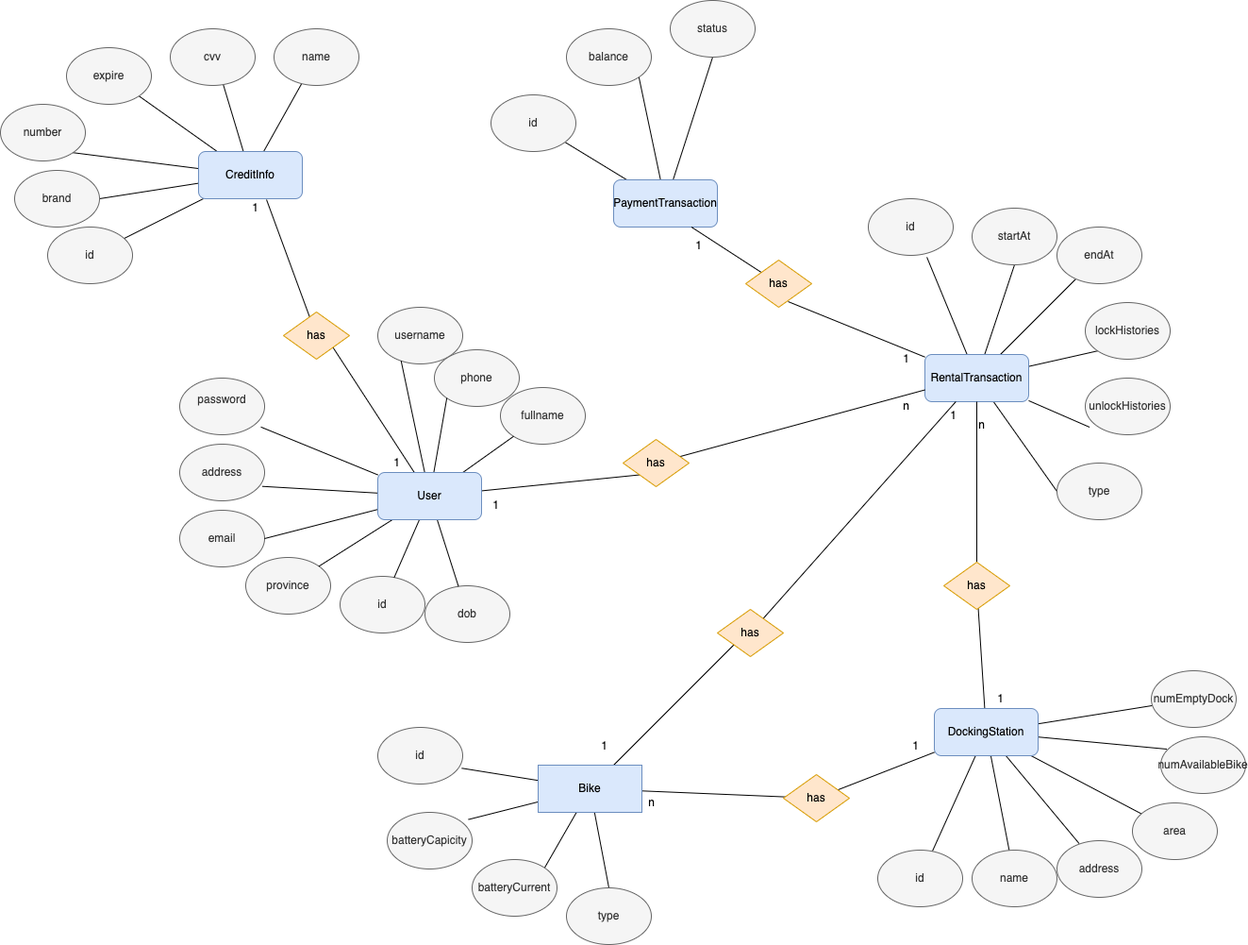
Before: Data Modeling/ERD.png, a diagram exported from draw.io (hatuank97lhp/Capstone_TKXDPM.20221_Group6). Source tidied: cells renumbered, new cells last; positions are measured from the earlier drawing's top-left corner, leaving out a move shared by most shapes.
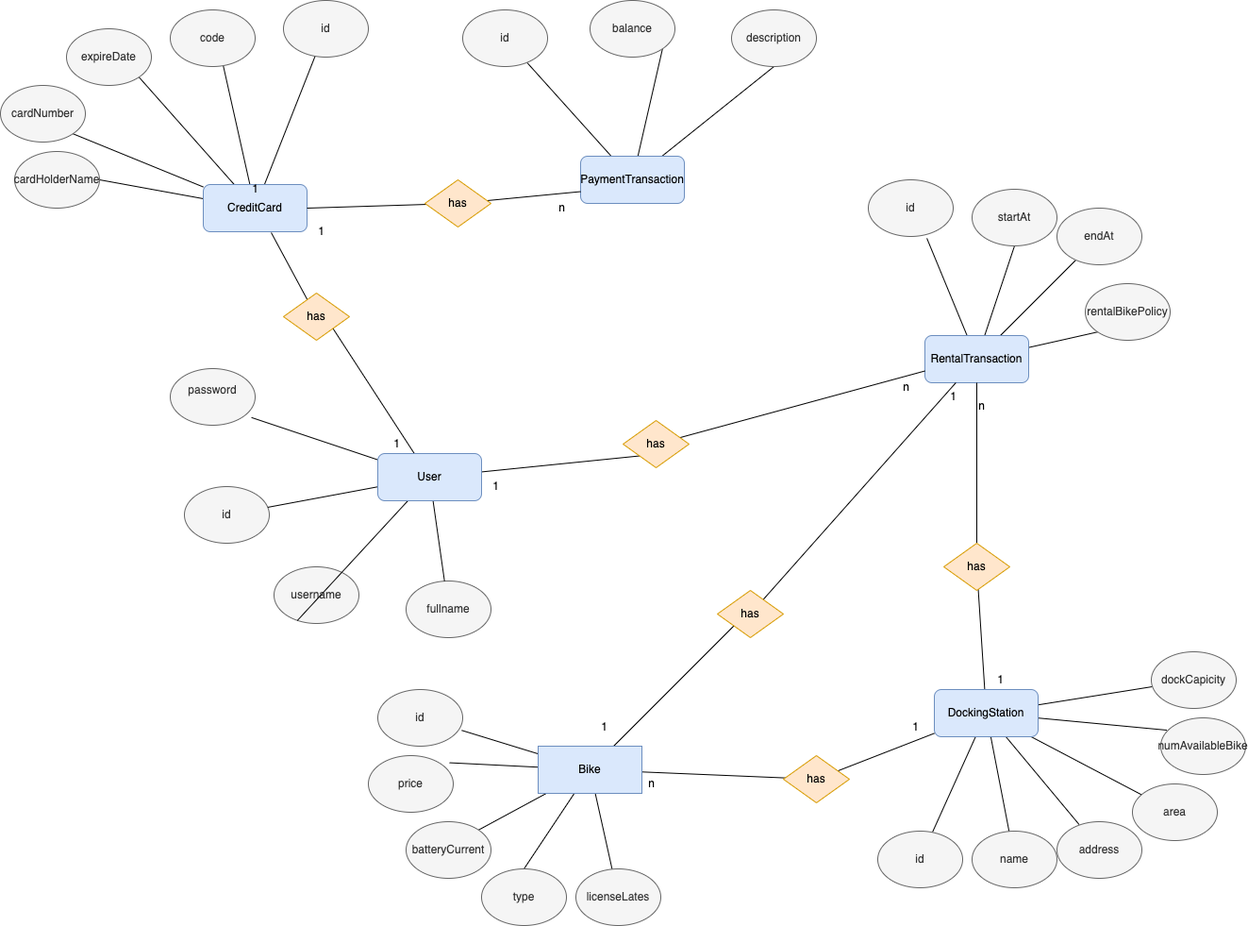
Later version of the same file.

Change to the diagram source:
```diff
@@ -3,32 +3,17 @@
     <mxCell id="0" />
     <mxCell id="1" parent="0" />
     <mxCell id="2" value="id" style="ellipse;whiteSpace=wrap;html=1;fillColor=#f5f5f5;fontColor=#333333;strokeColor=#666666;" parent="1" vertex="1">
-      <mxGeometry x="360" y="610" width="90" height="60" as="geometry" />
+      <mxGeometry x="195" y="535" width="90" height="60" as="geometry" />
     </mxCell>
     <mxCell id="3" value="username" style="ellipse;whiteSpace=wrap;html=1;fillColor=#f5f5f5;fontColor=#333333;strokeColor=#666666;" parent="1" vertex="1">
-      <mxGeometry x="400" y="325" width="90" height="60" as="geometry" />
+      <mxGeometry x="290" y="620" width="90" height="60" as="geometry" />
     </mxCell>
     <mxCell id="4" value="password&lt;br&gt;&lt;span style=&quot;color: rgba(0, 0, 0, 0); font-family: monospace; font-size: 0px; text-align: start;&quot;&gt;%3CmxGraphModel%3E%3Croot%3E%3CmxCell%20id%3D%220%22%2F%3E%3CmxCell%20id%3D%221%22%20parent%3D%220%22%2F%3E%3CmxCell%20id%3D%222%22%20value%3D%22id%22%20style%3D%22ellipse%3BwhiteSpace%3Dwrap%3Bhtml%3D1%3B%22%20vertex%3D%221%22%20parent%3D%221%22%3E%3CmxGeometry%20x%3D%22-470%22%20y%3D%22150%22%20width%3D%2290%22%20height%3D%2260%22%20as%3D%22geometry%22%2F%3E%3C%2FmxCell%3E%3C%2Froot%3E%3C%2FmxGraphModel%3E&lt;/span&gt;" style="ellipse;whiteSpace=wrap;html=1;fillColor=#f5f5f5;fontColor=#333333;strokeColor=#666666;" parent="1" vertex="1">
-      <mxGeometry x="190" y="400" width="90" height="60" as="geometry" />
+      <mxGeometry x="180" y="410" width="90" height="60" as="geometry" />
     </mxCell>
     <mxCell id="5" value="fullname&lt;br&gt;" style="ellipse;whiteSpace=wrap;html=1;fillColor=#f5f5f5;fontColor=#333333;strokeColor=#666666;" parent="1" vertex="1">
-      <mxGeometry x="530" y="410" width="90" height="60" as="geometry" />
+      <mxGeometry x="430" y="635" width="90" height="60" as="geometry" />
     </mxCell>
-    <mxCell id="6" value="phone" style="ellipse;whiteSpace=wrap;html=1;fillColor=#f5f5f5;fontColor=#333333;strokeColor=#666666;" parent="1" vertex="1">
-      <mxGeometry x="460" y="370" width="90" height="60" as="geometry" />
-    </mxCell>
-    <mxCell id="7" value="dob" style="ellipse;whiteSpace=wrap;html=1;fillColor=#f5f5f5;fontColor=#333333;strokeColor=#666666;" parent="1" vertex="1">
-      <mxGeometry x="450" y="620" width="90" height="60" as="geometry" />
-    </mxCell>
-    <mxCell id="8" value="province" style="ellipse;whiteSpace=wrap;html=1;fillColor=#f5f5f5;fontColor=#333333;strokeColor=#666666;" parent="1" vertex="1">
-      <mxGeometry x="260" y="590" width="90" height="60" as="geometry" />
-    </mxCell>
-    <mxCell id="9" value="address" style="ellipse;whiteSpace=wrap;html=1;fillColor=#f5f5f5;fontColor=#333333;strokeColor=#666666;" parent="1" vertex="1">
-      <mxGeometry x="190" y="470" width="90" height="60" as="geometry" />
-    </mxCell>
-    <mxCell id="10" value="email" style="ellipse;whiteSpace=wrap;html=1;fillColor=#f5f5f5;fontColor=#333333;strokeColor=#666666;" parent="1" vertex="1">
-      <mxGeometry x="190" y="540" width="90" height="60" as="geometry" />
-    </mxCell>
     <mxCell id="11" style="edgeStyle=none;rounded=0;jettySize=auto;html=1;entryX=1;entryY=1;entryDx=0;entryDy=0;endArrow=none;endFill=0;" parent="1" edge="1" source="22" target="58">
       <mxGeometry relative="1" as="geometry" />
     </mxCell>
@@ -38,36 +23,18 @@
     <mxCell id="13" style="edgeStyle=none;rounded=0;jettySize=auto;html=1;entryX=0.275;entryY=0.948;entryDx=0;entryDy=0;entryPerimeter=0;endArrow=none;endFill=0;" parent="1" edge="1" source="22" target="3">
       <mxGeometry relative="1" as="geometry" />
     </mxCell>
-    <mxCell id="14" style="edgeStyle=none;rounded=0;jettySize=auto;html=1;entryX=0;entryY=1;entryDx=0;entryDy=0;endArrow=none;endFill=0;" parent="1" edge="1" source="22" target="6">
-      <mxGeometry relative="1" as="geometry" />
-    </mxCell>
     <mxCell id="15" style="edgeStyle=none;rounded=0;jettySize=auto;html=1;endArrow=none;endFill=0;" parent="1" edge="1" source="22" target="5">
       <mxGeometry relative="1" as="geometry" />
     </mxCell>
     <mxCell id="16" style="edgeStyle=none;rounded=0;jettySize=auto;html=1;entryX=0.957;entryY=0.864;entryDx=0;entryDy=0;entryPerimeter=0;endArrow=none;endFill=0;" parent="1" edge="1" source="22" target="4">
       <mxGeometry relative="1" as="geometry" />
     </mxCell>
-    <mxCell id="17" style="edgeStyle=none;rounded=0;jettySize=auto;html=1;entryX=0.973;entryY=0.745;entryDx=0;entryDy=0;entryPerimeter=0;endArrow=none;endFill=0;" parent="1" edge="1" source="22" target="9">
-      <mxGeometry relative="1" as="geometry" />
-    </mxCell>
-    <mxCell id="18" style="edgeStyle=none;rounded=0;jettySize=auto;html=1;entryX=1;entryY=0.5;entryDx=0;entryDy=0;endArrow=none;endFill=0;" parent="1" edge="1" source="22" target="10">
-      <mxGeometry relative="1" as="geometry" />
-    </mxCell>
-    <mxCell id="19" style="edgeStyle=none;rounded=0;jettySize=auto;html=1;endArrow=none;endFill=0;" parent="1" edge="1" source="22" target="8">
-      <mxGeometry relative="1" as="geometry" />
-    </mxCell>
     <mxCell id="20" style="edgeStyle=none;rounded=0;jettySize=auto;html=1;endArrow=none;endFill=0;" parent="1" edge="1" source="22" target="2">
       <mxGeometry relative="1" as="geometry" />
     </mxCell>
-    <mxCell id="21" style="edgeStyle=none;rounded=0;jettySize=auto;html=1;endArrow=none;endFill=0;" parent="1" edge="1" source="22" target="7">
-      <mxGeometry relative="1" as="geometry" />
-    </mxCell>
     <mxCell id="22" value="User" style="rounded=1;whiteSpace=wrap;html=1;fillColor=#dae8fc;strokeColor=#6c8ebf;" parent="1" vertex="1">
       <mxGeometry x="400" y="500" width="110" height="50" as="geometry" />
     </mxCell>
-    <mxCell id="23" style="edgeStyle=none;rounded=0;jettySize=auto;html=1;endArrow=none;endFill=0;" parent="1" edge="1" source="29" target="71">
-      <mxGeometry relative="1" as="geometry" />
-    </mxCell>
     <mxCell id="24" style="edgeStyle=none;rounded=0;jettySize=auto;html=1;entryX=0.624;entryY=0.983;entryDx=0;entryDy=0;entryPerimeter=0;endArrow=none;endFill=0;" parent="1" edge="1" source="29" target="70">
       <mxGeometry relative="1" as="geometry" />
     </mxCell>
@@ -83,8 +50,8 @@
     <mxCell id="28" style="edgeStyle=none;rounded=0;jettySize=auto;html=1;endArrow=none;endFill=0;" parent="1" edge="1" source="29" target="67">
       <mxGeometry relative="1" as="geometry" />
     </mxCell>
-    <mxCell id="29" value="CreditInfo" style="rounded=1;whiteSpace=wrap;html=1;fillColor=#dae8fc;strokeColor=#6c8ebf;" parent="1" vertex="1">
-      <mxGeometry x="210" y="160" width="110" height="50" as="geometry" />
+    <mxCell id="29" value="CreditCard" style="rounded=1;whiteSpace=wrap;html=1;fillColor=#dae8fc;strokeColor=#6c8ebf;" parent="1" vertex="1">
+      <mxGeometry x="215" y="215" width="110" height="50" as="geometry" />
     </mxCell>
     <mxCell id="30" style="edgeStyle=none;rounded=0;jettySize=auto;html=1;endArrow=none;endFill=0;" parent="1" edge="1" source="36" target="60">
       <mxGeometry relative="1" as="geometry" />
@@ -104,6 +71,9 @@
     <mxCell id="35" style="edgeStyle=none;rounded=0;jettySize=auto;html=1;entryX=0.5;entryY=0;entryDx=0;entryDy=0;endArrow=none;endFill=0;" parent="1" edge="1" source="36" target="76">
       <mxGeometry relative="1" as="geometry" />
     </mxCell>
+    <mxCell id="106" style="edgeStyle=none;rounded=0;jettySize=auto;html=1;endArrow=none;endFill=0;" parent="1" edge="1" source="36" target="109">
+      <mxGeometry relative="1" as="geometry" />
+    </mxCell>
     <mxCell id="36" value="Bike" style="rounded=0;whiteSpace=wrap;html=1;fillColor=#dae8fc;strokeColor=#6c8ebf;" parent="1" vertex="1">
       <mxGeometry x="570" y="810" width="110" height="50" as="geometry" />
     </mxCell>
@@ -141,11 +111,8 @@
       <mxGeometry relative="1" as="geometry" />
     </mxCell>
     <mxCell id="48" value="PaymentTransaction" style="rounded=1;whiteSpace=wrap;html=1;fillColor=#dae8fc;strokeColor=#6c8ebf;" parent="1" vertex="1">
-      <mxGeometry x="650" y="190" width="110" height="50" as="geometry" />
+      <mxGeometry x="615" y="185" width="110" height="50" as="geometry" />
     </mxCell>
-    <mxCell id="49" style="edgeStyle=none;rounded=0;jettySize=auto;html=1;entryX=0.643;entryY=0.88;entryDx=0;entryDy=0;entryPerimeter=0;endArrow=none;endFill=0;" parent="1" edge="1" source="56" target="64">
-      <mxGeometry relative="1" as="geometry" />
-    </mxCell>
     <mxCell id="50" style="edgeStyle=none;rounded=0;jettySize=auto;html=1;entryX=0.69;entryY=1.033;entryDx=0;entryDy=0;entryPerimeter=0;endArrow=none;endFill=0;" parent="1" edge="1" source="56" target="86">
       <mxGeometry relative="1" as="geometry" />
     </mxCell>
@@ -158,12 +125,6 @@
     <mxCell id="53" style="edgeStyle=none;rounded=0;jettySize=auto;html=1;entryX=0;entryY=1;entryDx=0;entryDy=0;endArrow=none;endFill=0;" parent="1" edge="1" source="56" target="89">
       <mxGeometry relative="1" as="geometry" />
     </mxCell>
-    <mxCell id="54" style="edgeStyle=none;rounded=0;jettySize=auto;html=1;entryX=0.051;entryY=0.867;entryDx=0;entryDy=0;entryPerimeter=0;endArrow=none;endFill=0;" parent="1" edge="1" source="56" target="90">
-      <mxGeometry relative="1" as="geometry" />
-    </mxCell>
-    <mxCell id="55" style="edgeStyle=none;rounded=0;jettySize=auto;html=1;entryX=0;entryY=0.5;entryDx=0;entryDy=0;endArrow=none;endFill=0;" parent="1" edge="1" source="56" target="91">
-      <mxGeometry relative="1" as="geometry" />
-    </mxCell>
     <mxCell id="56" value="RentalTransaction" style="rounded=1;whiteSpace=wrap;html=1;fillColor=#dae8fc;strokeColor=#6c8ebf;" parent="1" vertex="1">
       <mxGeometry x="980" y="375" width="110" height="50" as="geometry" />
     </mxCell>
@@ -185,11 +146,14 @@
     <mxCell id="62" value="has" style="rhombus;whiteSpace=wrap;html=1;fillColor=#ffe6cc;strokeColor=#d79b00;" parent="1" vertex="1">
       <mxGeometry x="760" y="645" width="70" height="50" as="geometry" />
     </mxCell>
-    <mxCell id="63" style="edgeStyle=none;rounded=0;jettySize=auto;html=1;entryX=0.75;entryY=1;entryDx=0;entryDy=0;endArrow=none;endFill=0;" parent="1" edge="1" source="64" target="48">
+    <mxCell id="63" style="edgeStyle=none;rounded=0;jettySize=auto;html=1;entryX=0;entryY=0.75;entryDx=0;entryDy=0;endArrow=none;endFill=0;" parent="1" edge="1" source="64" target="48">
       <mxGeometry relative="1" as="geometry" />
     </mxCell>
+    <mxCell id="107" style="rounded=0;jettySize=auto;html=1;entryX=1;entryY=0.5;entryDx=0;entryDy=0;endArrow=none;endFill=0;" parent="1" edge="1" source="64" target="29">
+      <mxGeometry relative="1" as="geometry" />
+    </mxCell>
     <mxCell id="64" value="has" style="rhombus;whiteSpace=wrap;html=1;fillColor=#ffe6cc;strokeColor=#d79b00;" parent="1" vertex="1">
-      <mxGeometry x="790" y="275" width="70" height="50" as="geometry" />
+      <mxGeometry x="450" y="210" width="70" height="50" as="geometry" />
     </mxCell>
     <mxCell id="65" style="edgeStyle=none;rounded=0;jettySize=auto;html=1;endArrow=none;endFill=0;" parent="1" edge="1" source="66" target="56">
       <mxGeometry relative="1" as="geometry" />
@@ -198,43 +162,40 @@
       <mxGeometry x="1000" y="595" width="70" height="50" as="geometry" />
     </mxCell>
     <mxCell id="67" value="id" style="ellipse;whiteSpace=wrap;html=1;fillColor=#f5f5f5;fontColor=#333333;strokeColor=#666666;" parent="1" vertex="1">
-      <mxGeometry x="50" y="240" width="90" height="60" as="geometry" />
+      <mxGeometry x="300" y="20" width="90" height="60" as="geometry" />
     </mxCell>
-    <mxCell id="68" value="brand" style="ellipse;whiteSpace=wrap;html=1;fillColor=#f5f5f5;fontColor=#333333;strokeColor=#666666;" parent="1" vertex="1">
+    <mxCell id="68" value="cardHolderName" style="ellipse;whiteSpace=wrap;html=1;fillColor=#f5f5f5;fontColor=#333333;strokeColor=#666666;" parent="1" vertex="1">
       <mxGeometry x="15" y="180" width="90" height="60" as="geometry" />
     </mxCell>
-    <mxCell id="69" value="number" style="ellipse;whiteSpace=wrap;html=1;fillColor=#f5f5f5;fontColor=#333333;strokeColor=#666666;" parent="1" vertex="1">
+    <mxCell id="69" value="cardNumber" style="ellipse;whiteSpace=wrap;html=1;fillColor=#f5f5f5;fontColor=#333333;strokeColor=#666666;" parent="1" vertex="1">
       <mxGeometry y="110" width="90" height="60" as="geometry" />
     </mxCell>
-    <mxCell id="70" value="cvv" style="ellipse;whiteSpace=wrap;html=1;fillColor=#f5f5f5;fontColor=#333333;strokeColor=#666666;" parent="1" vertex="1">
+    <mxCell id="70" value="code" style="ellipse;whiteSpace=wrap;html=1;fillColor=#f5f5f5;fontColor=#333333;strokeColor=#666666;" parent="1" vertex="1">
       <mxGeometry x="180" y="30" width="90" height="60" as="geometry" />
     </mxCell>
-    <mxCell id="71" value="name" style="ellipse;whiteSpace=wrap;html=1;fillColor=#f5f5f5;fontColor=#333333;strokeColor=#666666;" parent="1" vertex="1">
-      <mxGeometry x="290" y="30" width="90" height="60" as="geometry" />
-    </mxCell>
-    <mxCell id="72" value="expire" style="ellipse;whiteSpace=wrap;html=1;fillColor=#f5f5f5;fontColor=#333333;strokeColor=#666666;" parent="1" vertex="1">
+    <mxCell id="72" value="expireDate" style="ellipse;whiteSpace=wrap;html=1;fillColor=#f5f5f5;fontColor=#333333;strokeColor=#666666;" parent="1" vertex="1">
       <mxGeometry x="70" y="50" width="90" height="60" as="geometry" />
     </mxCell>
     <mxCell id="73" value="id" style="ellipse;whiteSpace=wrap;html=1;fillColor=#f5f5f5;fontColor=#333333;strokeColor=#666666;" parent="1" vertex="1">
-      <mxGeometry x="400" y="770" width="90" height="60" as="geometry" />
+      <mxGeometry x="400" y="750" width="90" height="60" as="geometry" />
     </mxCell>
-    <mxCell id="74" value="batteryCapicity" style="ellipse;whiteSpace=wrap;html=1;fillColor=#f5f5f5;fontColor=#333333;strokeColor=#666666;" parent="1" vertex="1">
-      <mxGeometry x="410" y="860" width="90" height="60" as="geometry" />
+    <mxCell id="74" value="price" style="ellipse;whiteSpace=wrap;html=1;fillColor=#f5f5f5;fontColor=#333333;strokeColor=#666666;" parent="1" vertex="1">
+      <mxGeometry x="390" y="820" width="90" height="60" as="geometry" />
     </mxCell>
     <mxCell id="75" value="batteryCurrent" style="ellipse;whiteSpace=wrap;html=1;fillColor=#f5f5f5;fontColor=#333333;strokeColor=#666666;" parent="1" vertex="1">
-      <mxGeometry x="500" y="910" width="90" height="60" as="geometry" />
+      <mxGeometry x="430" y="890" width="90" height="60" as="geometry" />
     </mxCell>
     <mxCell id="76" value="type" style="ellipse;whiteSpace=wrap;html=1;fillColor=#f5f5f5;fontColor=#333333;strokeColor=#666666;" parent="1" vertex="1">
-      <mxGeometry x="600" y="940" width="90" height="60" as="geometry" />
+      <mxGeometry x="510" y="940" width="90" height="60" as="geometry" />
     </mxCell>
     <mxCell id="77" value="id" style="ellipse;whiteSpace=wrap;html=1;fillColor=#f5f5f5;fontColor=#333333;strokeColor=#666666;" parent="1" vertex="1">
-      <mxGeometry x="520" y="100" width="90" height="60" as="geometry" />
+      <mxGeometry x="490" y="30" width="90" height="60" as="geometry" />
     </mxCell>
     <mxCell id="78" value="balance" style="ellipse;whiteSpace=wrap;html=1;fillColor=#f5f5f5;fontColor=#333333;strokeColor=#666666;" parent="1" vertex="1">
-      <mxGeometry x="600" y="30" width="90" height="60" as="geometry" />
+      <mxGeometry x="625" y="20" width="90" height="60" as="geometry" />
     </mxCell>
-    <mxCell id="79" value="status" style="ellipse;whiteSpace=wrap;html=1;fillColor=#f5f5f5;fontColor=#333333;strokeColor=#666666;" parent="1" vertex="1">
-      <mxGeometry x="710" width="90" height="60" as="geometry" />
+    <mxCell id="79" value="description" style="ellipse;whiteSpace=wrap;html=1;fillColor=#f5f5f5;fontColor=#333333;strokeColor=#666666;" parent="1" vertex="1">
+      <mxGeometry x="775" y="30" width="90" height="60" as="geometry" />
     </mxCell>
     <mxCell id="80" value="id" style="ellipse;whiteSpace=wrap;html=1;fillColor=#f5f5f5;fontColor=#333333;strokeColor=#666666;" parent="1" vertex="1">
       <mxGeometry x="930" y="900" width="90" height="60" as="geometry" />
@@ -251,7 +212,7 @@
     <mxCell id="84" value="numAvailableBike" style="ellipse;whiteSpace=wrap;html=1;fillColor=#f5f5f5;fontColor=#333333;strokeColor=#666666;" parent="1" vertex="1">
       <mxGeometry x="1230" y="780" width="90" height="60" as="geometry" />
     </mxCell>
-    <mxCell id="85" value="numEmptyDock" style="ellipse;whiteSpace=wrap;html=1;fillColor=#f5f5f5;fontColor=#333333;strokeColor=#666666;" parent="1" vertex="1">
+    <mxCell id="85" value="dockCapicity" style="ellipse;whiteSpace=wrap;html=1;fillColor=#f5f5f5;fontColor=#333333;strokeColor=#666666;" parent="1" vertex="1">
       <mxGeometry x="1220" y="710" width="90" height="60" as="geometry" />
     </mxCell>
     <mxCell id="86" value="id" style="ellipse;whiteSpace=wrap;html=1;fillColor=#f5f5f5;fontColor=#333333;strokeColor=#666666;" parent="1" vertex="1">
@@ -263,15 +224,9 @@
     <mxCell id="88" value="endAt" style="ellipse;whiteSpace=wrap;html=1;fillColor=#f5f5f5;fontColor=#333333;strokeColor=#666666;" parent="1" vertex="1">
       <mxGeometry x="1120" y="240" width="90" height="60" as="geometry" />
     </mxCell>
-    <mxCell id="89" value="lockHistories" style="ellipse;whiteSpace=wrap;html=1;fillColor=#f5f5f5;fontColor=#333333;strokeColor=#666666;" parent="1" vertex="1">
+    <mxCell id="89" value="rentalBikePolicy" style="ellipse;whiteSpace=wrap;html=1;fillColor=#f5f5f5;fontColor=#333333;strokeColor=#666666;" parent="1" vertex="1">
       <mxGeometry x="1150" y="320" width="90" height="60" as="geometry" />
     </mxCell>
-    <mxCell id="90" value="unlockHistories" style="ellipse;whiteSpace=wrap;html=1;fillColor=#f5f5f5;fontColor=#333333;strokeColor=#666666;" parent="1" vertex="1">
-      <mxGeometry x="1150" y="400" width="90" height="60" as="geometry" />
-    </mxCell>
-    <mxCell id="91" value="type" style="ellipse;whiteSpace=wrap;html=1;fillColor=#f5f5f5;fontColor=#333333;strokeColor=#666666;" parent="1" vertex="1">
-      <mxGeometry x="1120" y="490" width="90" height="60" as="geometry" />
-    </mxCell>
     <mxCell id="92" style="edgeStyle=none;rounded=0;jettySize=auto;html=1;entryX=0;entryY=0.75;entryDx=0;entryDy=0;endArrow=none;endFill=0;" parent="1" edge="1" source="93" target="56">
       <mxGeometry relative="1" as="geometry" />
     </mxCell>
@@ -285,11 +240,8 @@
       <mxGeometry x="255" y="205" width="30" height="30" as="geometry" />
     </mxCell>
     <mxCell id="96" value="1" style="text;html=1;align=center;verticalAlign=middle;strokeColor=none;fillColor=none;rounded=1;" parent="1" vertex="1">
-      <mxGeometry x="725" y="245" width="30" height="30" as="geometry" />
+      <mxGeometry x="325" y="250" width="30" height="30" as="geometry" />
     </mxCell>
-    <mxCell id="97" value="1" style="text;html=1;align=center;verticalAlign=middle;strokeColor=none;fillColor=none;" parent="1" vertex="1">
-      <mxGeometry x="945" y="365" width="30" height="30" as="geometry" />
-    </mxCell>
     <mxCell id="98" value="1" style="text;html=1;align=center;verticalAlign=middle;strokeColor=none;fillColor=none;" parent="1" vertex="1">
       <mxGeometry x="1045" y="725" width="30" height="30" as="geometry" />
     </mxCell>
@@ -314,5 +266,11 @@
     <mxCell id="105" value="n" style="text;html=1;align=center;verticalAlign=middle;strokeColor=none;fillColor=none;" parent="1" vertex="1">
       <mxGeometry x="1025" y="435" width="30" height="30" as="geometry" />
     </mxCell>
+    <mxCell id="108" value="n" style="text;html=1;align=center;verticalAlign=middle;strokeColor=none;fillColor=none;rounded=1;" parent="1" vertex="1">
+      <mxGeometry x="580" y="225" width="30" height="30" as="geometry" />
+    </mxCell>
+    <mxCell id="109" value="licenseLates" style="ellipse;whiteSpace=wrap;html=1;fillColor=#f5f5f5;fontColor=#333333;strokeColor=#666666;" parent="1" vertex="1">
+      <mxGeometry x="610" y="940" width="90" height="60" as="geometry" />
+    </mxCell>
   </root>
 </mxGraphModel>
```
